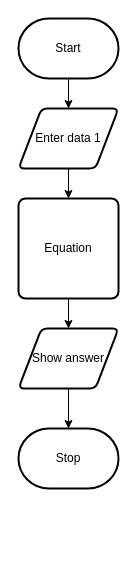
MTHS-ICS2O-2-2022/ICS2O-Unit-6-03-Jaden-Plugowsky keeps this draw.io diagram as design/flowchart.drawio. Above is the earlier version. Source tidied: cells renumbered, new cells numbered last; positions are measured from the earlier drawing's top-left corner, leaving out a move shared by most shapes. Both pictures are drawn from the tidied source at 100%, with x=0, y=0 at pixel (18, 18).
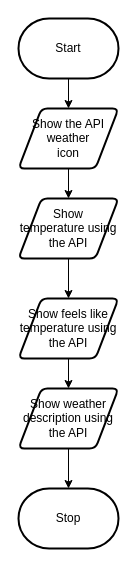
The same page after the edit.

Diff of the diagram source:
```diff
@@
 <mxGraphModel>
   <root>
     <mxCell id="0" />
     <mxCell id="1" parent="0" />
-    <mxCell id="2" style="edgeStyle=orthogonalEdgeStyle;html=1;entryX=0.5;entryY=0;entryDx=0;entryDy=0;rounded=0;" parent="1" edge="1" source="3" target="6">
+    <mxCell id="2" style="edgeStyle=orthogonalEdgeStyle;shape=connector;rounded=0;html=1;entryX=0.5;entryY=0;entryDx=0;entryDy=0;labelBackgroundColor=default;strokeColor=default;fontFamily=Helvetica;fontSize=11;fontColor=default;endArrow=classic;" parent="1" edge="1" source="3" target="6">
       <mxGeometry relative="1" as="geometry" />
     </mxCell>
     <mxCell id="3" value="Start" style="strokeWidth=2;html=1;shape=mxgraph.flowchart.terminator;whiteSpace=wrap;" parent="1" vertex="1">
       <mxGeometry width="100" height="60" as="geometry" />
     </mxCell>
     <mxCell id="4" value="Stop" style="strokeWidth=2;html=1;shape=mxgraph.flowchart.terminator;whiteSpace=wrap;" parent="1" vertex="1">
-      <mxGeometry y="410" width="100" height="60" as="geometry" />
+      <mxGeometry y="470" width="100" height="60" as="geometry" />
     </mxCell>
-    <mxCell id="5" style="edgeStyle=orthogonalEdgeStyle;shape=connector;rounded=0;html=1;entryX=0.5;entryY=0;entryDx=0;entryDy=0;labelBackgroundColor=default;strokeColor=default;fontFamily=Helvetica;fontSize=11;fontColor=default;endArrow=classic;" parent="1" edge="1" source="6" target="10">
-      <mxGeometry relative="1" as="geometry" />
-    </mxCell>
+    <mxCell id="11" style="edgeStyle=orthogonalEdgeStyle;shape=connector;rounded=0;html=1;entryX=0.5;entryY=0;entryDx=0;entryDy=0;labelBackgroundColor=default;strokeColor=default;fontFamily=Helvetica;fontSize=11;fontColor=default;endArrow=classic;" parent="1" edge="1" source="6" target="7">
+      <mxGeometry relative="1" as="geometry" />
+    </mxCell>
-    <mxCell id="6" value="Enter data 1" style="shape=parallelogram;html=1;strokeWidth=2;perimeter=parallelogramPerimeter;whiteSpace=wrap;rounded=1;arcSize=12;size=0.23;" parent="1" vertex="1">
+    <mxCell id="6" value="Show the API weather&lt;br&gt;icon" style="shape=parallelogram;html=1;strokeWidth=2;perimeter=parallelogramPerimeter;whiteSpace=wrap;rounded=1;arcSize=12;size=0.23;" parent="1" vertex="1">
       <mxGeometry y="90" width="100" height="60" as="geometry" />
     </mxCell>
+    <mxCell id="12" style="edgeStyle=orthogonalEdgeStyle;shape=connector;rounded=0;html=1;entryX=0.5;entryY=0;entryDx=0;entryDy=0;labelBackgroundColor=default;strokeColor=default;fontFamily=Helvetica;fontSize=11;fontColor=default;endArrow=classic;" parent="1" edge="1" source="7" target="16">
+      <mxGeometry relative="1" as="geometry" />
+    </mxCell>
-    <mxCell id="7" style="edgeStyle=orthogonalEdgeStyle;shape=connector;rounded=0;html=1;labelBackgroundColor=default;strokeColor=default;fontFamily=Helvetica;fontSize=11;fontColor=default;endArrow=classic;" parent="1" edge="1" source="8" target="4">
-      <mxGeometry relative="1" as="geometry" />
+    <mxCell id="7" value="Show temperature using the API" style="shape=parallelogram;html=1;strokeWidth=2;perimeter=parallelogramPerimeter;whiteSpace=wrap;rounded=1;arcSize=12;size=0.23;" parent="1" vertex="1">
+      <mxGeometry y="180" width="100" height="60" as="geometry" />
     </mxCell>
-    <mxCell id="8" value="Show answer" style="shape=parallelogram;html=1;strokeWidth=2;perimeter=parallelogramPerimeter;whiteSpace=wrap;rounded=1;arcSize=12;size=0.23;" parent="1" vertex="1">
-      <mxGeometry y="310" width="100" height="60" as="geometry" />
-    </mxCell>
-    <mxCell id="9" style="edgeStyle=orthogonalEdgeStyle;shape=connector;rounded=0;html=1;entryX=0.5;entryY=0;entryDx=0;entryDy=0;labelBackgroundColor=default;strokeColor=default;fontFamily=Helvetica;fontSize=11;fontColor=default;endArrow=classic;" parent="1" edge="1" source="10" target="8">
-      <mxGeometry relative="1" as="geometry" />
-    </mxCell>
-    <mxCell id="10" value="Equation" style="rounded=1;whiteSpace=wrap;html=1;absoluteArcSize=1;arcSize=14;strokeWidth=2;" parent="1" vertex="1">
-      <mxGeometry y="180" width="100" height="100" as="geometry" />
-    </mxCell>
+    <mxCell id="13" style="edgeStyle=orthogonalEdgeStyle;shape=connector;rounded=0;html=1;labelBackgroundColor=default;strokeColor=default;fontFamily=Helvetica;fontSize=11;fontColor=default;endArrow=classic;" parent="1" edge="1" source="14" target="4">
+      <mxGeometry relative="1" as="geometry" />
+    </mxCell>
+    <mxCell id="14" value="Show weather description using the API" style="shape=parallelogram;html=1;strokeWidth=2;perimeter=parallelogramPerimeter;whiteSpace=wrap;rounded=1;arcSize=12;size=0.23;" parent="1" vertex="1">
+      <mxGeometry y="370" width="100" height="60" as="geometry" />
+    </mxCell>
+    <mxCell id="15" style="edgeStyle=orthogonalEdgeStyle;shape=connector;rounded=0;html=1;entryX=0.5;entryY=0;entryDx=0;entryDy=0;labelBackgroundColor=default;strokeColor=default;fontFamily=Helvetica;fontSize=11;fontColor=default;endArrow=classic;" parent="1" edge="1" source="16" target="14">
+      <mxGeometry relative="1" as="geometry" />
+    </mxCell>
+    <mxCell id="16" value="Show feels like temperature using the API" style="shape=parallelogram;html=1;strokeWidth=2;perimeter=parallelogramPerimeter;whiteSpace=wrap;rounded=1;arcSize=12;size=0.23;" parent="1" vertex="1">
+      <mxGeometry y="280" width="100" height="60" as="geometry" />
+    </mxCell>
   </root>
 </mxGraphModel>
```
